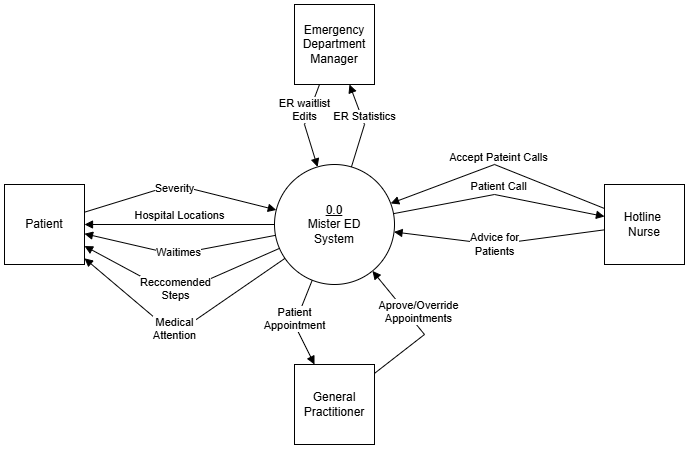
Earlier version of the draw.io export AmirWork/M3/DFDContextLevel.drawio.png (SENG-350-2024-fall/Team9). Source tidied: cells renumbered, new cells last; positions are measured from the earlier drawing's top-left corner, leaving out a move shared by most shapes.
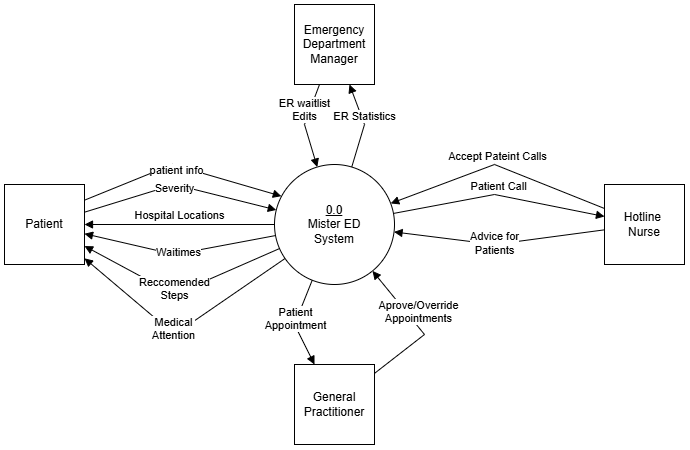
After the commit.

The edit, as a diff of the source:
```diff
@@ -114,5 +114,17 @@
         </Array>
       </mxGeometry>
     </mxCell>
+    <mxCell id="22" style="html=1;verticalAlign=bottom;endArrow=block;curved=0;rounded=0;exitX=1;exitY=0.196;exitDx=0;exitDy=0;exitPerimeter=0;entryX=0.057;entryY=0.264;entryDx=0;entryDy=0;entryPerimeter=0;" parent="1" edge="1" source="3" target="2">
+      <mxGeometry relative="1" as="geometry">
+        <Array as="points">
+          <mxPoint x="168" y="160" />
+        </Array>
+      </mxGeometry>
+    </mxCell>
+    <mxCell id="23" value="patient info" style="edgeLabel;html=1;align=center;verticalAlign=middle;" parent="22" vertex="1">
+      <mxGeometry x="0.2" y="2" relative="1" as="geometry">
+        <mxPoint x="-25" y="-1" as="offset" />
+      </mxGeometry>
+    </mxCell>
   </root>
 </mxGraphModel>
```
